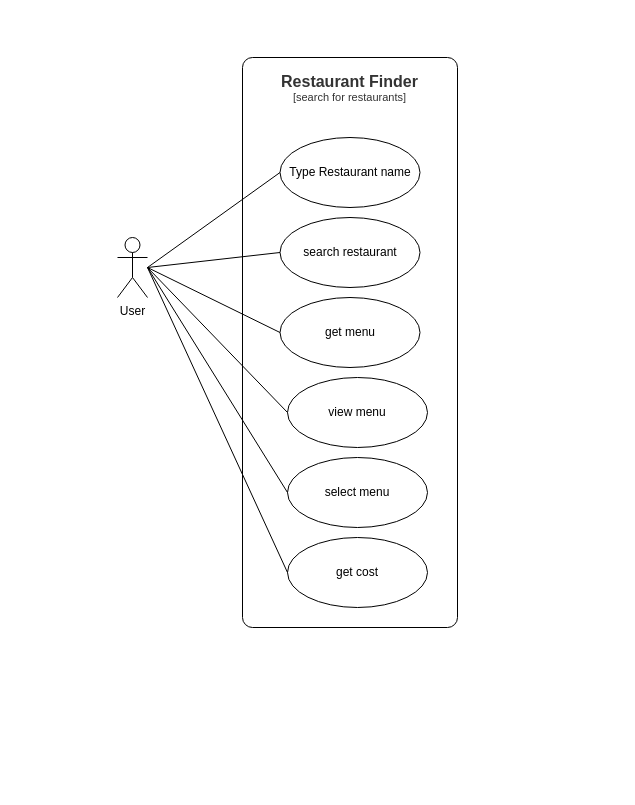
Above: page "Use case diagram" (1 of 2) of Untitled Diagram.drawio in tsvinisha/Project1 (draw.io), before the change. Source tidied: cells renumbered, new cells numbered last; positions are measured from the earlier drawing's top-left corner, leaving out a move shared by most shapes. Both pictures are drawn from the tidied source at 100%, with x=0, y=0 at pixel (117, 57).
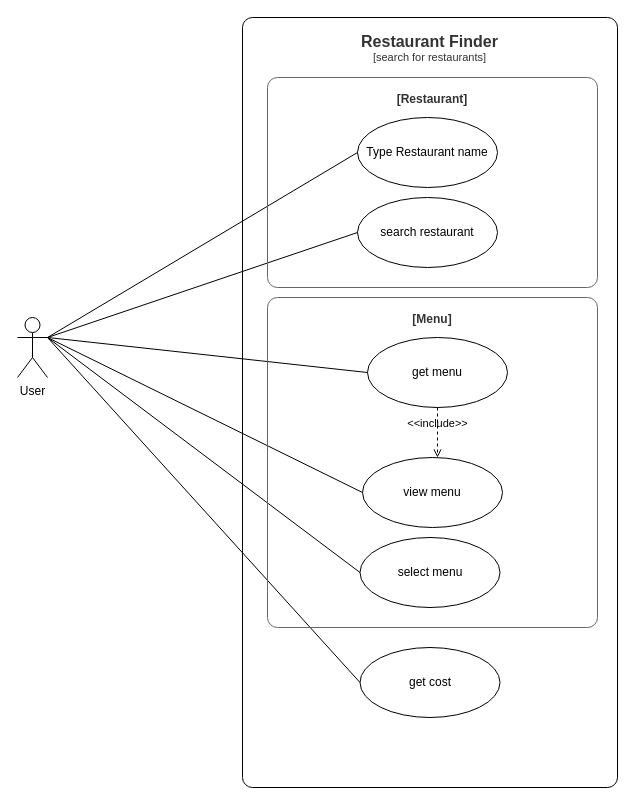
The same diagram, later.

Change to the diagram source:
```diff
@@
     <object id="2" label="&lt;font style=&quot;font-size: 16px&quot;&gt;&lt;b&gt;&lt;div style=&quot;&quot;&gt;%c4Name%&lt;/div&gt;&lt;/b&gt;&lt;/font&gt;&lt;div style=&quot;&quot;&gt;[%c4Application%]&lt;/div&gt;" c4Application="search for restaurants" c4Name="Restaurant Finder" placeholders="1">
       <mxCell style="rounded=1;fontSize=11;whiteSpace=wrap;html=1;arcSize=20;fillColor=none;strokeColor=#000000;fontColor=#333333;labelBackgroundColor=none;align=center;verticalAlign=top;labelBorderColor=none;spacingTop=0;spacing=10;perimeter=rectanglePerimeter;noLabel=0;labelPadding=0;absoluteArcSize=1;metaData={&quot;c4Type&quot;:{&quot;editable&quot;:false}};direction=west;" parent="1" vertex="1">
-        <mxGeometry x="125" width="215" height="570" as="geometry" />
+        <mxGeometry x="125" y="-40" width="375" height="770" as="geometry" />
       </mxCell>
     </object>
     <mxCell id="3" value="User" style="shape=umlActor;html=1;verticalLabelPosition=bottom;verticalAlign=top;align=center;" parent="1" vertex="1">
-      <mxGeometry y="180" width="30" height="60" as="geometry" />
+      <mxGeometry x="-100" y="260" width="30" height="60" as="geometry" />
     </mxCell>
     <mxCell id="4" value="Type Restaurant name" style="ellipse;whiteSpace=wrap;html=1;" parent="1" vertex="1">
-      <mxGeometry x="162.5" y="80" width="140" height="70" as="geometry" />
+      <mxGeometry x="240" y="60" width="140" height="70" as="geometry" />
     </mxCell>
     <mxCell id="5" value="search restaurant" style="ellipse;whiteSpace=wrap;html=1;" parent="1" vertex="1">
-      <mxGeometry x="162.5" y="160" width="140" height="70" as="geometry" />
+      <mxGeometry x="240" y="140" width="140" height="70" as="geometry" />
     </mxCell>
     <mxCell id="6" value="get menu" style="ellipse;whiteSpace=wrap;html=1;" parent="1" vertex="1">
-      <mxGeometry x="162.5" y="240" width="140" height="70" as="geometry" />
+      <mxGeometry x="250" y="280" width="140" height="70" as="geometry" />
     </mxCell>
     <mxCell id="7" value="view menu" style="ellipse;whiteSpace=wrap;html=1;" parent="1" vertex="1">
-      <mxGeometry x="170" y="320" width="140" height="70" as="geometry" />
+      <mxGeometry x="245" y="400" width="140" height="70" as="geometry" />
     </mxCell>
     <mxCell id="8" value="select menu" style="ellipse;whiteSpace=wrap;html=1;" parent="1" vertex="1">
-      <mxGeometry x="170" y="400" width="140" height="70" as="geometry" />
+      <mxGeometry x="242.5" y="480" width="140" height="70" as="geometry" />
     </mxCell>
     <mxCell id="9" value="get cost" style="ellipse;whiteSpace=wrap;html=1;" parent="1" vertex="1">
-      <mxGeometry x="170" y="480" width="140" height="70" as="geometry" />
+      <mxGeometry x="242.5" y="590" width="140" height="70" as="geometry" />
     </mxCell>
-    <mxCell id="10" style="edgeStyle=none;html=1;endArrow=none;verticalAlign=bottom;rounded=0;entryX=0;entryY=0.5;entryDx=0;entryDy=0;" parent="1" edge="1" target="4">
-      <mxGeometry relative="1" as="geometry">
-        <mxPoint x="30" y="210" as="sourcePoint" />
-      </mxGeometry>
+    <mxCell id="10" style="edgeStyle=none;html=1;endArrow=none;verticalAlign=bottom;rounded=0;entryX=0;entryY=0.5;entryDx=0;entryDy=0;exitX=1;exitY=0.3333333333333333;exitDx=0;exitDy=0;exitPerimeter=0;" parent="1" edge="1" source="3" target="4">
+      <mxGeometry relative="1" as="geometry" />
     </mxCell>
-    <mxCell id="11" style="edgeStyle=none;html=1;endArrow=none;verticalAlign=bottom;rounded=0;entryX=0;entryY=0.5;entryDx=0;entryDy=0;" parent="1" edge="1" target="5">
-      <mxGeometry relative="1" as="geometry">
-        <mxPoint x="30" y="210" as="sourcePoint" />
-      </mxGeometry>
-    </mxCell>
-    <mxCell id="12" style="edgeStyle=none;html=1;endArrow=none;verticalAlign=bottom;rounded=0;entryX=0;entryY=0.5;entryDx=0;entryDy=0;" parent="1" edge="1" target="6">
-      <mxGeometry relative="1" as="geometry">
-        <mxPoint x="30" y="210" as="sourcePoint" />
-      </mxGeometry>
+    <mxCell id="12" style="edgeStyle=none;html=1;endArrow=none;verticalAlign=bottom;rounded=0;entryX=0;entryY=0.5;entryDx=0;entryDy=0;exitX=1;exitY=0.3333333333333333;exitDx=0;exitDy=0;exitPerimeter=0;" parent="1" edge="1" source="3" target="6">
+      <mxGeometry relative="1" as="geometry" />
     </mxCell>
-    <mxCell id="13" style="edgeStyle=none;html=1;endArrow=none;verticalAlign=bottom;rounded=0;entryX=0;entryY=0.5;entryDx=0;entryDy=0;" parent="1" edge="1" target="7">
-      <mxGeometry relative="1" as="geometry">
-        <mxPoint x="30" y="210" as="sourcePoint" />
-      </mxGeometry>
+    <mxCell id="13" style="edgeStyle=none;html=1;endArrow=none;verticalAlign=bottom;rounded=0;entryX=0;entryY=0.5;entryDx=0;entryDy=0;exitX=1;exitY=0.3333333333333333;exitDx=0;exitDy=0;exitPerimeter=0;" parent="1" edge="1" source="3" target="7">
+      <mxGeometry relative="1" as="geometry" />
     </mxCell>
-    <mxCell id="14" style="edgeStyle=none;html=1;endArrow=none;verticalAlign=bottom;rounded=0;entryX=0;entryY=0.5;entryDx=0;entryDy=0;" parent="1" edge="1" target="8">
-      <mxGeometry relative="1" as="geometry">
-        <mxPoint x="30" y="210" as="sourcePoint" />
-      </mxGeometry>
+    <mxCell id="14" style="edgeStyle=none;html=1;endArrow=none;verticalAlign=bottom;rounded=0;entryX=0;entryY=0.5;entryDx=0;entryDy=0;exitX=1;exitY=0.3333333333333333;exitDx=0;exitDy=0;exitPerimeter=0;" parent="1" edge="1" source="3" target="8">
+      <mxGeometry relative="1" as="geometry" />
     </mxCell>
-    <mxCell id="15" style="edgeStyle=none;html=1;endArrow=none;verticalAlign=bottom;rounded=0;entryX=0;entryY=0.5;entryDx=0;entryDy=0;" parent="1" edge="1" target="9">
-      <mxGeometry relative="1" as="geometry">
-        <mxPoint x="30" y="210" as="sourcePoint" />
-      </mxGeometry>
+    <mxCell id="15" style="edgeStyle=none;html=1;endArrow=none;verticalAlign=bottom;rounded=0;entryX=0;entryY=0.5;entryDx=0;entryDy=0;exitX=1;exitY=0.3333333333333333;exitDx=0;exitDy=0;exitPerimeter=0;" parent="1" edge="1" source="3" target="9">
+      <mxGeometry relative="1" as="geometry" />
     </mxCell>
+    <mxCell id="16" value="&amp;lt;&amp;lt;include&amp;gt;&amp;gt;" style="edgeStyle=none;html=1;endArrow=open;verticalAlign=bottom;dashed=1;labelBackgroundColor=none;rounded=0;exitX=0.5;exitY=1;exitDx=0;exitDy=0;" parent="1" edge="1" source="6">
+      <mxGeometry relative="1" as="geometry">
+        <mxPoint x="320" y="400" as="targetPoint" />
+      </mxGeometry>
+    </mxCell>
+    <object id="17" label="&lt;font style=&quot;font-size: 12px;&quot;&gt;&lt;span style=&quot;font-size: 12px;&quot;&gt;&lt;div style=&quot;font-size: 12px;&quot;&gt;%c4Name%&lt;/div&gt;&lt;/span&gt;&lt;/font&gt;&lt;div style=&quot;font-size: 12px;&quot;&gt;[%c4Application%]&lt;/div&gt;" c4Application="Menu" c4Name="" placeholders="1">
+      <mxCell style="rounded=1;fontSize=12;whiteSpace=wrap;html=1;arcSize=20;fillColor=none;strokeColor=#666666;fontColor=#333333;labelBackgroundColor=none;align=center;verticalAlign=top;labelBorderColor=none;spacingTop=0;spacing=10;perimeter=rectanglePerimeter;noLabel=0;labelPadding=0;absoluteArcSize=1;metaData={&quot;c4Type&quot;:{&quot;editable&quot;:false}};fontStyle=1;" parent="1" vertex="1">
+        <mxGeometry x="150" y="240" width="330" height="330" as="geometry" />
+      </mxCell>
+    </object>
+    <mxCell id="18" style="edgeStyle=none;html=1;endArrow=none;verticalAlign=bottom;rounded=0;entryX=0;entryY=0.5;entryDx=0;entryDy=0;exitX=1;exitY=0.3333333333333333;exitDx=0;exitDy=0;exitPerimeter=0;" parent="1" edge="1" source="3" target="5">
+      <mxGeometry relative="1" as="geometry" />
+    </mxCell>
+    <object id="19" label="&lt;font style=&quot;font-size: 12px;&quot;&gt;&lt;span style=&quot;font-size: 12px;&quot;&gt;&lt;div style=&quot;font-size: 12px;&quot;&gt;%c4Name%&lt;/div&gt;&lt;/span&gt;&lt;/font&gt;&lt;div style=&quot;font-size: 12px;&quot;&gt;[%c4Application%]&lt;/div&gt;" c4Application="Restaurant" c4Name="" placeholders="1">
+      <mxCell style="rounded=1;fontSize=12;whiteSpace=wrap;html=1;arcSize=20;fillColor=none;strokeColor=#666666;fontColor=#333333;labelBackgroundColor=none;align=center;verticalAlign=top;labelBorderColor=none;spacingTop=0;spacing=10;perimeter=rectanglePerimeter;noLabel=0;labelPadding=0;absoluteArcSize=1;metaData={&quot;c4Type&quot;:{&quot;editable&quot;:false}};fontStyle=1;" parent="1" vertex="1">
+        <mxGeometry x="150" y="20" width="330" height="210" as="geometry" />
+      </mxCell>
+    </object>
```
